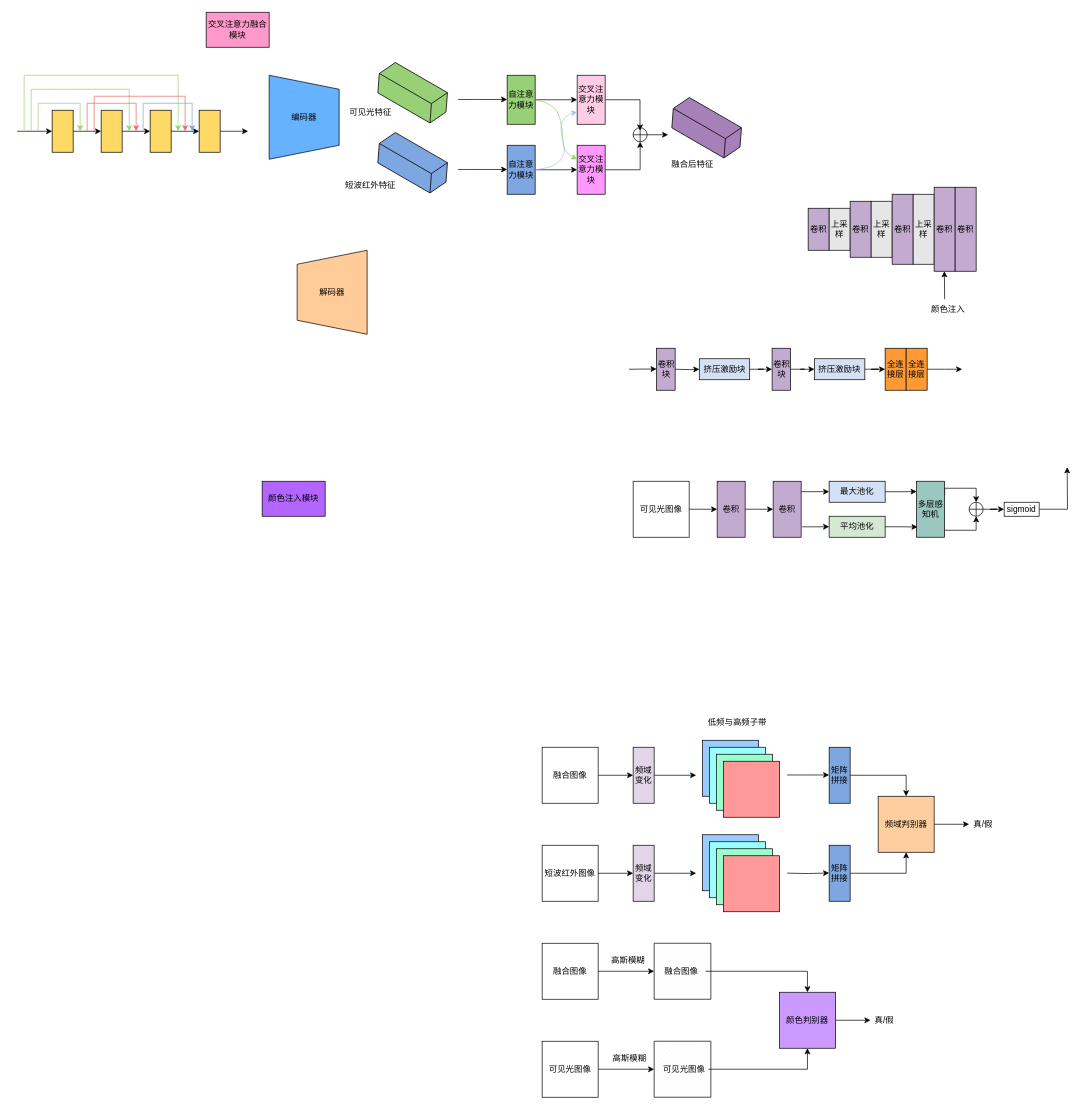
Before: 数据集.drawio in moxuam/-, a draw.io diagram. Source tidied: cells renumbered, new cells numbered last; positions are measured from the earlier drawing's top-left corner, leaving out a move shared by most shapes. Both pictures are drawn from the tidied source at 70%, with x=0, y=0 at pixel (17, 12).
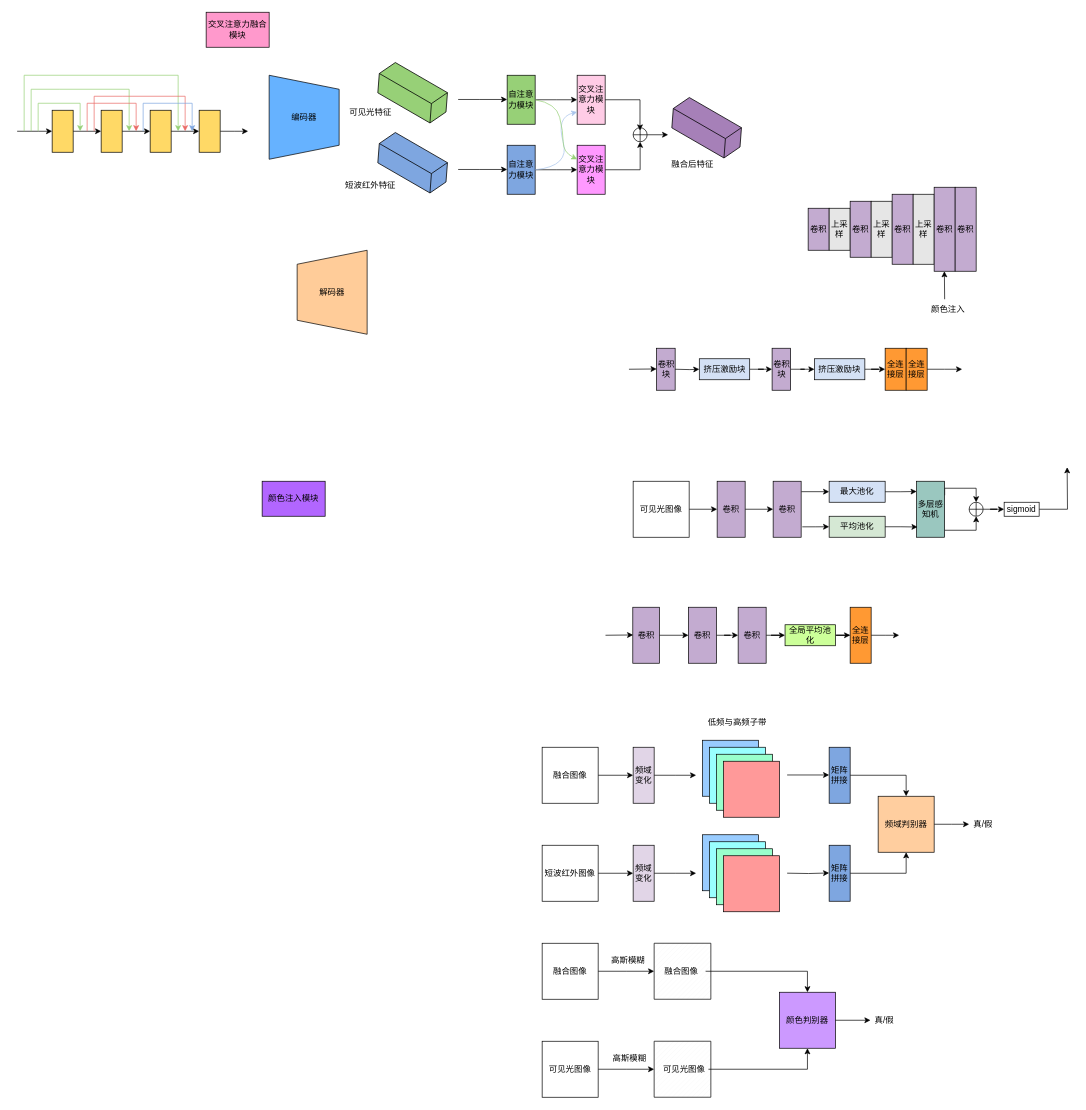
Above is the later version.

Commit message:
更新数据集.drawio

The edit, as a diff of the source:
```diff
@@
+    <mxCell id="122" style="edgeStyle=orthogonalEdgeStyle;rounded=0;jettySize=auto;html=1;" parent="1" edge="1" source="123" target="125">
+      <mxGeometry relative="1" as="geometry" />
+    </mxCell>
+    <mxCell id="123" value="卷积" style="rounded=0;whiteSpace=wrap;html=1;fillColor=#C3ABD0;" parent="1" vertex="1">
+      <mxGeometry x="879.5" y="850" width="38" height="80" as="geometry" />
+    </mxCell>
+    <mxCell id="124" style="edgeStyle=orthogonalEdgeStyle;rounded=0;jettySize=auto;html=1;" parent="1" edge="1" source="125" target="127">
+      <mxGeometry relative="1" as="geometry" />
+    </mxCell>
+    <mxCell id="125" value="卷积" style="rounded=0;whiteSpace=wrap;html=1;fillColor=#C3ABD0;" parent="1" vertex="1">
+      <mxGeometry x="959" y="850" width="40" height="80" as="geometry" />
+    </mxCell>
+    <mxCell id="126" style="edgeStyle=orthogonalEdgeStyle;rounded=0;jettySize=auto;html=1;entryX=0;entryY=0.5;entryDx=0;entryDy=0;" parent="1" edge="1" source="127" target="129">
+      <mxGeometry relative="1" as="geometry" />
+    </mxCell>
+    <mxCell id="127" value="卷积" style="rounded=0;whiteSpace=wrap;html=1;fillColor=#C3ABD0;" parent="1" vertex="1">
+      <mxGeometry x="1030" y="850" width="40" height="80" as="geometry" />
+    </mxCell>
+    <mxCell id="128" style="edgeStyle=orthogonalEdgeStyle;rounded=0;jettySize=auto;html=1;" parent="1" edge="1" source="129" target="132">
+      <mxGeometry relative="1" as="geometry" />
+    </mxCell>
+    <mxCell id="129" value="全局平均池化" style="rounded=0;whiteSpace=wrap;html=1;fillColor=#CCFF99;" parent="1" vertex="1">
+      <mxGeometry x="1097" y="875" width="72" height="30" as="geometry" />
+    </mxCell>
+    <mxCell id="130" style="edgeStyle=orthogonalEdgeStyle;rounded=0;jettySize=auto;html=1;" parent="1" edge="1" source="132">
+      <mxGeometry relative="1" as="geometry">
+        <mxPoint x="1260" y="890" as="targetPoint" />
+      </mxGeometry>
+    </mxCell>
+    <mxCell id="131" style="edgeStyle=orthogonalEdgeStyle;rounded=0;jettySize=auto;html=1;exitX=0;exitY=0.25;exitDx=0;exitDy=0;" parent="1" edge="1" source="132">
+      <mxGeometry relative="1" as="geometry">
+        <mxPoint x="1200" y="880" as="targetPoint" />
+      </mxGeometry>
+    </mxCell>
+    <mxCell id="132" value="全连接层" style="rounded=0;whiteSpace=wrap;html=1;fillColor=#FF9933;" parent="1" vertex="1">
+      <mxGeometry x="1190" y="850" width="30" height="80" as="geometry" />
+    </mxCell>
+    <mxCell id="133" style="edgeStyle=orthogonalEdgeStyle;rounded=0;orthogonalLoop=1;jettySize=auto;html=1;" parent="1" edge="1">
+      <mxGeometry relative="1" as="geometry">
+        <mxPoint x="840.5" y="890" as="sourcePoint" />
+        <mxPoint x="880" y="889.6" as="targetPoint" />
+        <Array as="points">
+          <mxPoint x="840" y="890" />
+          <mxPoint x="840" y="890" />
+        </Array>
+      </mxGeometry>
+    </mxCell>
```
